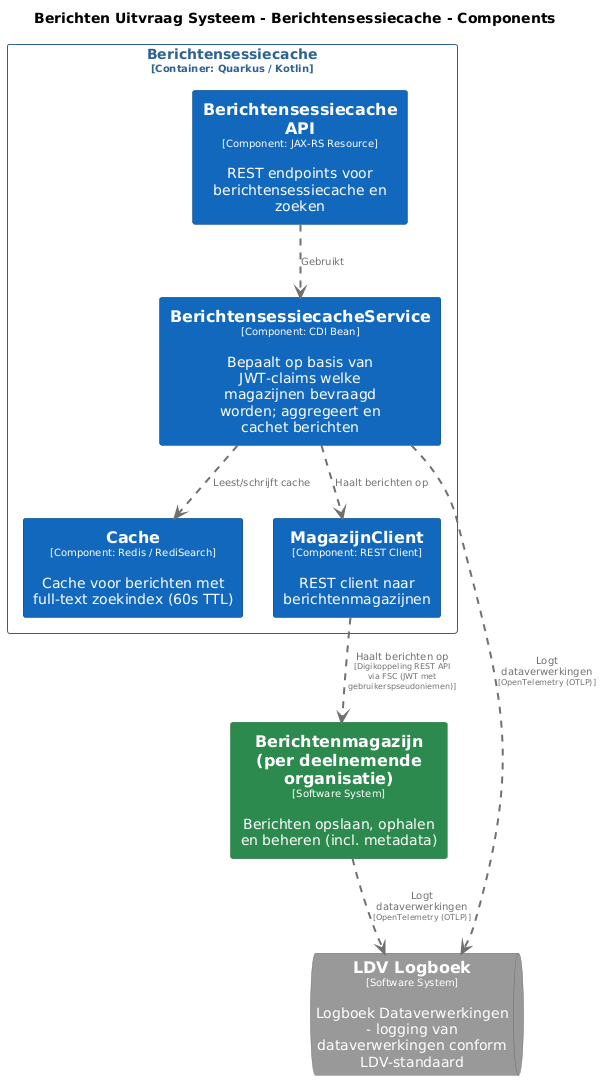
Before: pr-preview/pr-22/master/png/BerichtensessiecacheComponenten.png, a diagram exported from PlantUML (MinBZK/moza-poc-fbs-berichtenbox).
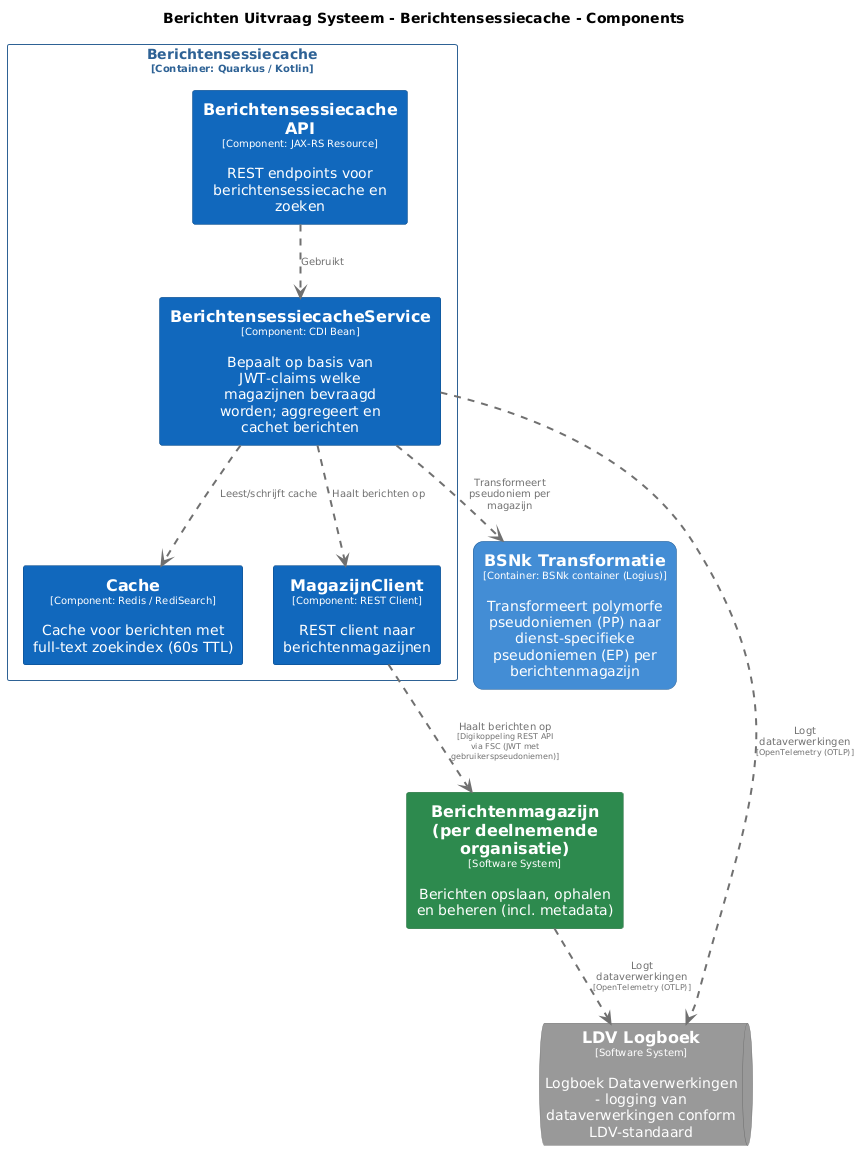
After the commit.

What changed in the source:
```diff
@@ -15,6 +15,13 @@
 
 hide stereotype
 
+skinparam rectangle<<BerichtenUitvraagSysteem.BSNkTransformatie>> {
+  BackgroundColor #438dd5
+  FontColor #ffffff
+  BorderColor #2e6295
+  roundCorner 20
+  shadowing false
+}
 skinparam rectangle<<Berichtenmagazijnperdeelnemendeorganisatie>> {
   BackgroundColor #2d8a4e
   FontColor #ffffff
@@ -58,6 +65,7 @@
 }
 
 rectangle "==Berichtenmagazijn (per deelnemende organisatie)\n<size:10>[Software System]</size>\n\nBerichten opslaan, ophalen en beheren (incl. metadata)" <<Berichtenmagazijnperdeelnemendeorganisatie>> as Berichtenmagazijnperdeelnemendeorganisatie
+rectangle "==BSNk Transformatie\n<size:10>[Container: BSNk container (Logius)]</size>\n\nTransformeert polymorfe pseudoniemen (PP) naar dienst-specifieke pseudoniemen (EP) per berichtenmagazijn" <<BerichtenUitvraagSysteem.BSNkTransformatie>> as BerichtenUitvraagSysteem.BSNkTransformatie
 queue "==LDV Logboek\n<size:10>[Software System]</size>\n\nLogboek Dataverwerkingen - logging van dataverwerkingen conform LDV-standaard" <<LDVLogboek>> as LDVLogboek
 
 rectangle "Berichtensessiecache\n<size:10>[Container: Quarkus / Kotlin]</size>" <<BerichtenUitvraagSysteem.Berichtensessiecache>> {
@@ -72,5 +80,6 @@
 BerichtenUitvraagSysteem.Berichtensessiecache.BerichtensessiecacheAPI .[#707070,thickness=2].> BerichtenUitvraagSysteem.Berichtensessiecache.BerichtensessiecacheService : "<color:#707070>Gebruikt"
 BerichtenUitvraagSysteem.Berichtensessiecache.BerichtensessiecacheService .[#707070,thickness=2].> BerichtenUitvraagSysteem.Berichtensessiecache.Cache : "<color:#707070>Leest/schrijft cache"
 BerichtenUitvraagSysteem.Berichtensessiecache.BerichtensessiecacheService .[#707070,thickness=2].> BerichtenUitvraagSysteem.Berichtensessiecache.MagazijnClient : "<color:#707070>Haalt berichten op"
+BerichtenUitvraagSysteem.Berichtensessiecache.BerichtensessiecacheService .[#707070,thickness=2].> BerichtenUitvraagSysteem.BSNkTransformatie : "<color:#707070>Transformeert pseudoniem per magazijn"
 BerichtenUitvraagSysteem.Berichtensessiecache.MagazijnClient .[#707070,thickness=2].> Berichtenmagazijnperdeelnemendeorganisatie : "<color:#707070>Haalt berichten op\n<color:#707070><size:8>[Digikoppeling REST API via FSC (JWT met gebruikerspseudoniemen)]</size>"
 @enduml
```
